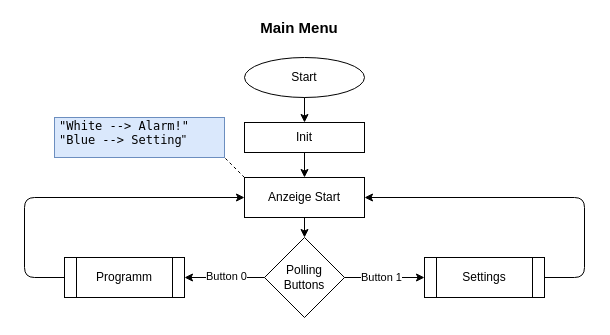
This is page "Main Menu" (1 of 5) of Untitled Diagram.drawio from Seafesko/Nucleo-Wecker, a draw.io file, before an edit. Source tidied: cells renumbered, new cells numbered last; positions are measured from the earlier drawing's top-left corner, leaving out a move shared by most shapes. Both pictures are drawn from the tidied source at 100%, with x=0, y=0 at pixel (24, 17).
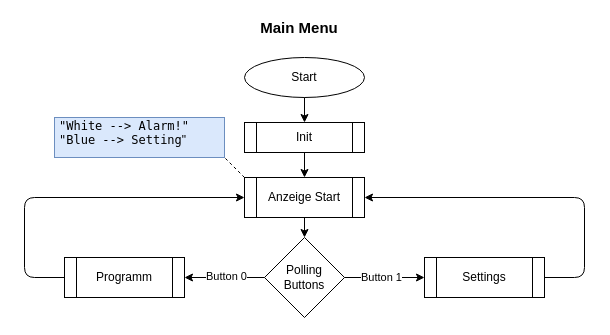
The same page after the edit.

The edit, as a diff of the source:
```diff
@@
-    <mxCell id="5" value="Anzeige Start" style="rounded=0;whiteSpace=wrap;html=1;strokeWidth=1;" parent="1" vertex="1">
+    <mxCell id="5" value="Anzeige Start" style="shape=process;rounded=0;whiteSpace=wrap;html=1;strokeWidth=1;" parent="1" vertex="1">
       <mxGeometry x="220" y="160" width="120" height="40" as="geometry" />
     </mxCell>
@@
-    <mxCell id="12" value="Init" style="rounded=0;whiteSpace=wrap;html=1;strokeWidth=1;" parent="1" vertex="1">
+    <mxCell id="12" value="Init" style="shape=process;rounded=0;whiteSpace=wrap;html=1;strokeWidth=1;" parent="1" vertex="1">
       <mxGeometry x="220" y="105" width="120" height="30" as="geometry" />
     </mxCell>
```
